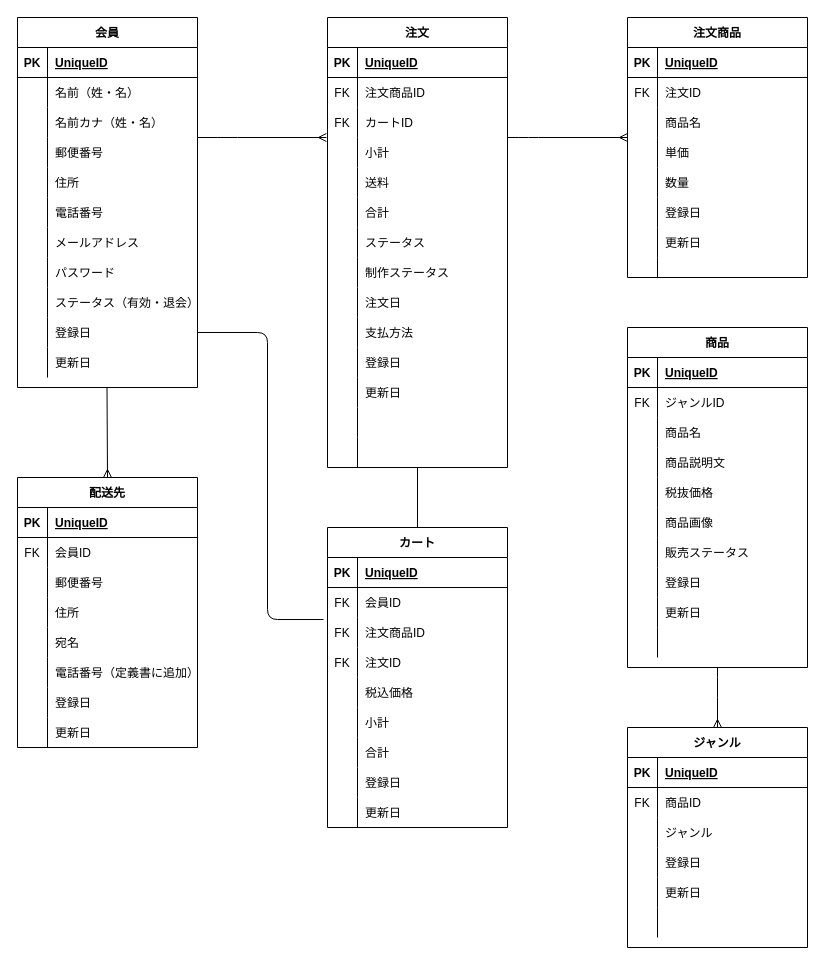
Above: Untitled Diagram.drawio in YuNakazawa1244/git-practice (draw.io), before the change. Source tidied: cells renumbered, new cells numbered last; positions are measured from the earlier drawing's top-left corner, leaving out a move shared by most shapes. Both pictures are drawn from the tidied source at 100%, with x=0, y=0 at pixel (17, 17).
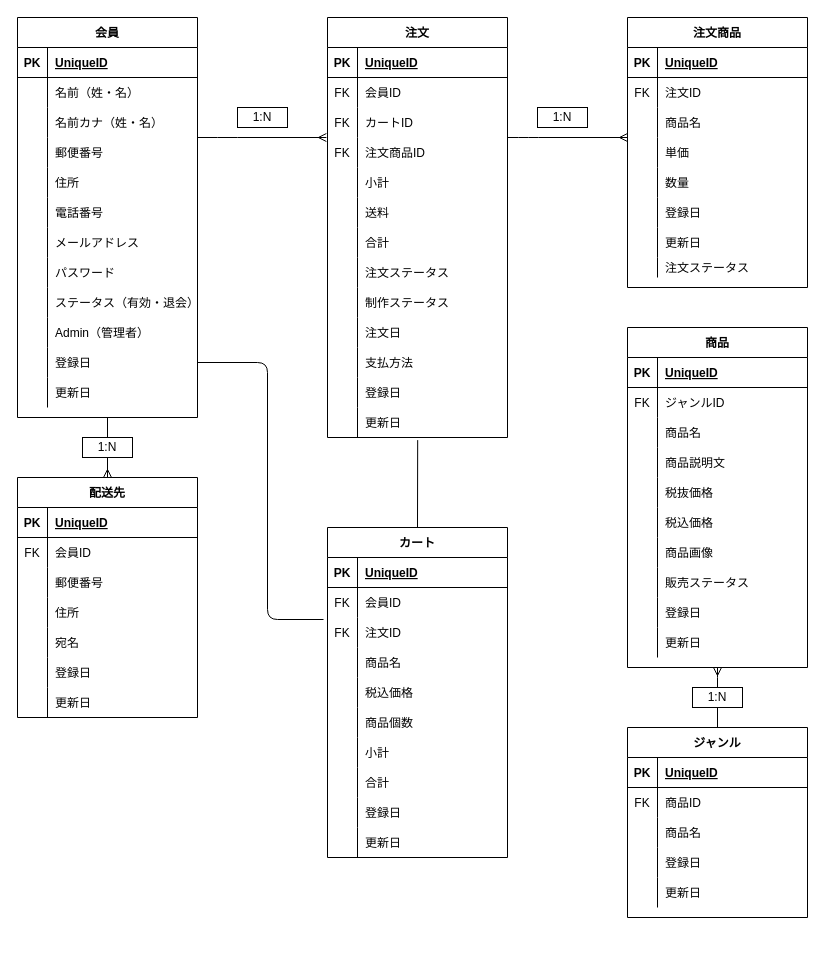
After the change.

Commit message:
Untitled Diagram.drawio を更新します

The change refers to these unchanged cells:
```xml
<mxCell id="43" style="shape=partialRectangle;fillColor=none;top=0;left=0;bottom=0;right=0;" parent="36" vertex="1">
  <mxGeometry y="90" width="180" height="30" as="geometry" />
</mxCell>
<mxCell id="59" style="shape=partialRectangle;fillColor=none;top=0;left=0;bottom=0;right=0;" parent="55" vertex="1">
  <mxGeometry y="60" width="180" height="30" as="geometry" />
</mxCell>
<mxCell id="98" value="商品" style="shape=table;startSize=30;childLayout=tableLayout;rowLines=0;fontStyle=1;align=center;" parent="1" vertex="1">
  <mxGeometry x="610" y="310" width="180" height="340" as="geometry" />
</mxCell>
<mxCell id="176" style="shape=partialRectangle;fillColor=none;top=0;left=0;bottom=0;right=0;" parent="154" vertex="1">
  <mxGeometry y="240" width="180" height="20" as="geometry" />
</mxCell>
```

The edit, as a diff of the source:
```diff
@@
     <mxCell id="2" value="会員" style="shape=table;startSize=30;childLayout=tableLayout;rowLines=0;fontStyle=1;align=center;" parent="1" vertex="1">
-      <mxGeometry width="180" height="370" as="geometry" />
+      <mxGeometry width="180" height="400" as="geometry" />
     </mxCell>
@@
+    <mxCell id="126" style="shape=partialRectangle;fillColor=none;top=0;left=0;bottom=0;right=0;" parent="2" vertex="1">
+      <mxGeometry y="300" width="180" height="30" as="geometry" />
+    </mxCell>
+    <mxCell id="213" style="shape=partialRectangle;fillColor=none;top=0;left=0;bottom=0;right=0;overflow=hidden;" parent="126" vertex="1">
+      <mxGeometry width="30" height="30" as="geometry" />
+    </mxCell>
+    <mxCell id="214" value="Admin（管理者）" style="shape=partialRectangle;fillColor=none;top=0;left=0;bottom=0;right=0;align=left;spacingLeft=6;overflow=hidden;" parent="126" vertex="1">
+      <mxGeometry x="30" width="150" height="30" as="geometry" />
+    </mxCell>
     <mxCell id="30" style="shape=partialRectangle;fillColor=none;top=0;left=0;bottom=0;right=0;points=[[0,0.5],[1,0.5]];portConstraint=eastwest;" parent="2" vertex="1">
-      <mxGeometry y="300" width="180" height="30" as="geometry" />
+      <mxGeometry y="330" width="180" height="30" as="geometry" />
     </mxCell>
@@
     <mxCell id="33" style="shape=partialRectangle;fillColor=none;top=0;left=0;bottom=0;right=0;" parent="2" vertex="1">
-      <mxGeometry y="330" width="180" height="30" as="geometry" />
+      <mxGeometry y="360" width="180" height="30" as="geometry" />
     </mxCell>
@@
     <mxCell id="36" value="ジャンル" style="shape=table;startSize=30;childLayout=tableLayout;rowLines=0;fontStyle=1;align=center;" parent="1" vertex="1">
-      <mxGeometry x="610" y="710" width="180" height="220" as="geometry" />
+      <mxGeometry x="610" y="710" width="180" height="190" as="geometry" />
     </mxCell>
@@
-    <mxCell id="45" value="ジャンル" style="shape=partialRectangle;fillColor=none;top=0;left=0;bottom=0;right=0;align=left;spacingLeft=6;overflow=hidden;" parent="43" vertex="1">
+    <mxCell id="45" value="商品名" style="shape=partialRectangle;fillColor=none;top=0;left=0;bottom=0;right=0;align=left;spacingLeft=6;overflow=hidden;" parent="43" vertex="1">
       <mxGeometry x="30" width="150" height="30" as="geometry" />
     </mxCell>
@@
-    <mxCell id="52" style="shape=partialRectangle;fillColor=none;top=0;left=0;bottom=0;right=0;" parent="36" vertex="1">
-      <mxGeometry y="180" width="180" height="30" as="geometry" />
-    </mxCell>
-    <mxCell id="53" style="shape=partialRectangle;fillColor=none;top=0;left=0;bottom=0;right=0;overflow=hidden;" parent="52" vertex="1">
-      <mxGeometry width="30" height="30" as="geometry" />
-    </mxCell>
-    <mxCell id="54" style="shape=partialRectangle;fillColor=none;top=0;left=0;bottom=0;right=0;align=left;spacingLeft=6;overflow=hidden;" parent="52" vertex="1">
-      <mxGeometry x="30" width="150" height="30" as="geometry" />
-    </mxCell>
     <mxCell id="55" value="注文" style="shape=table;startSize=30;childLayout=tableLayout;rowLines=0;fontStyle=1;align=center;" parent="1" vertex="1">
-      <mxGeometry x="310" width="180" height="450" as="geometry" />
+      <mxGeometry x="310" width="180" height="420" as="geometry" />
     </mxCell>
@@
-    <mxCell id="61" value="注文商品ID" style="shape=partialRectangle;fillColor=none;top=0;left=0;bottom=0;right=0;align=left;spacingLeft=6;fontStyle=0;overflow=hidden;" parent="59" vertex="1">
+    <mxCell id="61" value="会員ID" style="shape=partialRectangle;fillColor=none;top=0;left=0;bottom=0;right=0;align=left;spacingLeft=6;fontStyle=0;overflow=hidden;" parent="59" vertex="1">
       <mxGeometry x="30" width="150" height="30" as="geometry" />
     </mxCell>
@@
+    <mxCell id="215" style="shape=partialRectangle;fillColor=none;top=0;left=0;bottom=0;right=0;" parent="55" vertex="1">
+      <mxGeometry y="120" width="180" height="30" as="geometry" />
+    </mxCell>
+    <mxCell id="187" value="FK" style="shape=partialRectangle;fillColor=none;top=0;left=0;bottom=0;right=0;fontStyle=0;overflow=hidden;" parent="215" vertex="1">
+      <mxGeometry width="30" height="30" as="geometry" />
+    </mxCell>
+    <mxCell id="188" value="注文商品ID" style="shape=partialRectangle;fillColor=none;top=0;left=0;bottom=0;right=0;align=left;spacingLeft=6;fontStyle=0;overflow=hidden;" parent="215" vertex="1">
+      <mxGeometry x="30" width="150" height="30" as="geometry" />
+    </mxCell>
     <mxCell id="65" style="shape=partialRectangle;fillColor=none;top=0;left=0;bottom=0;right=0;" parent="55" vertex="1">
-      <mxGeometry y="120" width="180" height="30" as="geometry" />
+      <mxGeometry y="150" width="180" height="30" as="geometry" />
     </mxCell>
@@
     <mxCell id="68" style="shape=partialRectangle;fillColor=none;top=0;left=0;bottom=0;right=0;" parent="55" vertex="1">
-      <mxGeometry y="150" width="180" height="30" as="geometry" />
+      <mxGeometry y="180" width="180" height="30" as="geometry" />
     </mxCell>
@@
     <mxCell id="71" style="shape=partialRectangle;fillColor=none;top=0;left=0;bottom=0;right=0;" parent="55" vertex="1">
-      <mxGeometry y="180" width="180" height="30" as="geometry" />
+      <mxGeometry y="210" width="180" height="30" as="geometry" />
     </mxCell>
@@
     <mxCell id="74" style="shape=partialRectangle;fillColor=none;top=0;left=0;bottom=0;right=0;" parent="55" vertex="1">
-      <mxGeometry y="210" width="180" height="30" as="geometry" />
+      <mxGeometry y="240" width="180" height="30" as="geometry" />
     </mxCell>
@@
-    <mxCell id="76" value="ステータス" style="shape=partialRectangle;fillColor=none;top=0;left=0;bottom=0;right=0;align=left;spacingLeft=6;overflow=hidden;" parent="74" vertex="1">
+    <mxCell id="76" value="注文ステータス" style="shape=partialRectangle;fillColor=none;top=0;left=0;bottom=0;right=0;align=left;spacingLeft=6;overflow=hidden;" parent="74" vertex="1">
       <mxGeometry x="30" width="150" height="30" as="geometry" />
     </mxCell>
     <mxCell id="77" style="shape=partialRectangle;fillColor=none;top=0;left=0;bottom=0;right=0;" parent="55" vertex="1">
-      <mxGeometry y="240" width="180" height="30" as="geometry" />
+      <mxGeometry y="270" width="180" height="30" as="geometry" />
     </mxCell>
@@
     <mxCell id="80" style="shape=partialRectangle;fillColor=none;top=0;left=0;bottom=0;right=0;" parent="55" vertex="1">
-      <mxGeometry y="270" width="180" height="30" as="geometry" />
+      <mxGeometry y="300" width="180" height="30" as="geometry" />
     </mxCell>
@@
     <mxCell id="83" style="shape=partialRectangle;fillColor=none;top=0;left=0;bottom=0;right=0;" parent="55" vertex="1">
-      <mxGeometry y="300" width="180" height="30" as="geometry" />
+      <mxGeometry y="330" width="180" height="30" as="geometry" />
     </mxCell>
@@
     <mxCell id="86" style="shape=partialRectangle;fillColor=none;top=0;left=0;bottom=0;right=0;" parent="55" vertex="1">
-      <mxGeometry y="330" width="180" height="30" as="geometry" />
+      <mxGeometry y="360" width="180" height="30" as="geometry" />
     </mxCell>
@@
     <mxCell id="89" style="shape=partialRectangle;fillColor=none;top=0;left=0;bottom=0;right=0;points=[[0,0.5],[1,0.5]];portConstraint=eastwest;" parent="55" vertex="1">
-      <mxGeometry y="360" width="180" height="30" as="geometry" />
+      <mxGeometry y="390" width="180" height="30" as="geometry" />
     </mxCell>
@@
-    <mxCell id="92" style="shape=partialRectangle;fillColor=none;top=0;left=0;bottom=0;right=0;" parent="55" vertex="1">
-      <mxGeometry y="390" width="180" height="30" as="geometry" />
-    </mxCell>
-    <mxCell id="93" style="shape=partialRectangle;fillColor=none;top=0;left=0;bottom=0;right=0;overflow=hidden;" parent="92" vertex="1">
-      <mxGeometry width="30" height="30" as="geometry" />
-    </mxCell>
-    <mxCell id="94" style="shape=partialRectangle;fillColor=none;top=0;left=0;bottom=0;right=0;align=left;spacingLeft=6;overflow=hidden;" parent="92" vertex="1">
-      <mxGeometry x="30" width="150" height="30" as="geometry" />
-    </mxCell>
-    <mxCell id="95" style="shape=partialRectangle;fillColor=none;top=0;left=0;bottom=0;right=0;" parent="55" vertex="1">
-      <mxGeometry y="420" width="180" height="30" as="geometry" />
-    </mxCell>
-    <mxCell id="96" style="shape=partialRectangle;fillColor=none;top=0;left=0;bottom=0;right=0;fontStyle=0;overflow=hidden;" parent="95" vertex="1">
-      <mxGeometry width="30" height="30" as="geometry" />
-    </mxCell>
-    <mxCell id="97" style="shape=partialRectangle;fillColor=none;top=0;left=0;bottom=0;right=0;align=left;spacingLeft=6;fontStyle=0;overflow=hidden;" parent="95" vertex="1">
-      <mxGeometry x="30" width="150" height="30" as="geometry" />
-    </mxCell>
@@
+    <mxCell id="216" style="shape=partialRectangle;fillColor=none;top=0;left=0;bottom=0;right=0;" parent="98" vertex="1">
+      <mxGeometry y="180" width="180" height="30" as="geometry" />
+    </mxCell>
+    <mxCell id="217" style="shape=partialRectangle;fillColor=none;top=0;left=0;bottom=0;right=0;overflow=hidden;" parent="216" vertex="1">
+      <mxGeometry width="30" height="30" as="geometry" />
+    </mxCell>
+    <mxCell id="218" value="税込価格" style="shape=partialRectangle;fillColor=none;top=0;left=0;bottom=0;right=0;align=left;spacingLeft=6;overflow=hidden;" parent="216" vertex="1">
+      <mxGeometry x="30" width="150" height="30" as="geometry" />
+    </mxCell>
     <mxCell id="114" style="shape=partialRectangle;fillColor=none;top=0;left=0;bottom=0;right=0;" parent="98" vertex="1">
-      <mxGeometry y="180" width="180" height="30" as="geometry" />
+      <mxGeometry y="210" width="180" height="30" as="geometry" />
     </mxCell>
@@
     <mxCell id="117" style="shape=partialRectangle;fillColor=none;top=0;left=0;bottom=0;right=0;" parent="98" vertex="1">
-      <mxGeometry y="210" width="180" height="30" as="geometry" />
+      <mxGeometry y="240" width="180" height="30" as="geometry" />
     </mxCell>
@@
     <mxCell id="120" style="shape=partialRectangle;fillColor=none;top=0;left=0;bottom=0;right=0;" parent="98" vertex="1">
-      <mxGeometry y="240" width="180" height="30" as="geometry" />
+      <mxGeometry y="270" width="180" height="30" as="geometry" />
     </mxCell>
@@
     <mxCell id="123" style="shape=partialRectangle;fillColor=none;top=0;left=0;bottom=0;right=0;" parent="98" vertex="1">
-      <mxGeometry y="270" width="180" height="30" as="geometry" />
+      <mxGeometry y="300" width="180" height="30" as="geometry" />
     </mxCell>
@@
-    <mxCell id="126" style="shape=partialRectangle;fillColor=none;top=0;left=0;bottom=0;right=0;" parent="98" vertex="1">
-      <mxGeometry y="300" width="180" height="30" as="geometry" />
-    </mxCell>
-    <mxCell id="127" style="shape=partialRectangle;fillColor=none;top=0;left=0;bottom=0;right=0;fontStyle=0;overflow=hidden;" parent="126" vertex="1">
-      <mxGeometry width="30" height="30" as="geometry" />
-    </mxCell>
-    <mxCell id="128" style="shape=partialRectangle;fillColor=none;top=0;left=0;bottom=0;right=0;align=left;spacingLeft=6;fontStyle=0;overflow=hidden;" parent="126" vertex="1">
-      <mxGeometry x="30" width="150" height="30" as="geometry" />
-    </mxCell>
     <mxCell id="129" value="配送先" style="shape=table;startSize=30;childLayout=tableLayout;rowLines=0;fontStyle=1;align=center;" parent="1" vertex="1">
-      <mxGeometry y="460" width="180" height="270" as="geometry" />
+      <mxGeometry y="460" width="180" height="240" as="geometry" />
     </mxCell>
@@
-    <mxCell id="145" style="shape=partialRectangle;fillColor=none;top=0;left=0;bottom=0;right=0;" parent="129" vertex="1">
-      <mxGeometry y="180" width="180" height="30" as="geometry" />
-    </mxCell>
-    <mxCell id="146" style="shape=partialRectangle;fillColor=none;top=0;left=0;bottom=0;right=0;overflow=hidden;" parent="145" vertex="1">
-      <mxGeometry width="30" height="30" as="geometry" />
-    </mxCell>
-    <mxCell id="147" value="電話番号（定義書に追加）" style="shape=partialRectangle;fillColor=none;top=0;left=0;bottom=0;right=0;align=left;spacingLeft=6;overflow=hidden;" parent="145" vertex="1">
-      <mxGeometry x="30" width="150" height="30" as="geometry" />
-    </mxCell>
     <mxCell id="148" style="shape=partialRectangle;fillColor=none;top=0;left=0;bottom=0;right=0;" parent="129" vertex="1">
-      <mxGeometry y="210" width="180" height="30" as="geometry" />
+      <mxGeometry y="180" width="180" height="30" as="geometry" />
     </mxCell>
@@
     <mxCell id="151" style="shape=partialRectangle;fillColor=none;top=0;left=0;bottom=0;right=0;" parent="129" vertex="1">
-      <mxGeometry y="240" width="180" height="30" as="geometry" />
+      <mxGeometry y="210" width="180" height="30" as="geometry" />
     </mxCell>
@@
     <mxCell id="154" value="注文商品" style="shape=table;startSize=30;childLayout=tableLayout;rowLines=0;fontStyle=1;align=center;" parent="1" vertex="1">
-      <mxGeometry x="610" width="180" height="260" as="geometry" />
+      <mxGeometry x="610" width="180" height="270" as="geometry" />
     </mxCell>
@@
-    <mxCell id="178" style="shape=partialRectangle;fillColor=none;top=0;left=0;bottom=0;right=0;align=left;spacingLeft=6;overflow=hidden;" parent="176" vertex="1">
+    <mxCell id="178" value="注文ステータス" style="shape=partialRectangle;fillColor=none;top=0;left=0;bottom=0;right=0;align=left;spacingLeft=6;overflow=hidden;" parent="176" vertex="1">
       <mxGeometry x="30" width="150" height="20" as="geometry" />
     </mxCell>
     <mxCell id="179" value="カート" style="shape=table;startSize=30;childLayout=tableLayout;rowLines=0;fontStyle=1;align=center;" parent="1" vertex="1">
-      <mxGeometry x="310" y="510" width="180" height="300" as="geometry" />
+      <mxGeometry x="310" y="510" width="180" height="330" as="geometry" />
     </mxCell>
@@
-    <mxCell id="186" style="shape=partialRectangle;fillColor=none;top=0;left=0;bottom=0;right=0;points=[[0,0.5],[1,0.5]];portConstraint=eastwest;" parent="179" vertex="1">
-      <mxGeometry y="90" width="180" height="30" as="geometry" />
-    </mxCell>
-    <mxCell id="187" value="FK" style="shape=partialRectangle;fillColor=none;top=0;left=0;bottom=0;right=0;fontStyle=0;overflow=hidden;" parent="186" vertex="1">
-      <mxGeometry width="30" height="30" as="geometry" />
-    </mxCell>
-    <mxCell id="188" value="注文商品ID" style="shape=partialRectangle;fillColor=none;top=0;left=0;bottom=0;right=0;align=left;spacingLeft=6;fontStyle=0;overflow=hidden;" parent="186" vertex="1">
-      <mxGeometry x="30" width="150" height="30" as="geometry" />
-    </mxCell>
     <mxCell id="189" style="shape=partialRectangle;fillColor=none;top=0;left=0;bottom=0;right=0;" parent="179" vertex="1">
-      <mxGeometry y="120" width="180" height="30" as="geometry" />
+      <mxGeometry y="90" width="180" height="30" as="geometry" />
     </mxCell>
@@
+    <mxCell id="219" style="shape=partialRectangle;fillColor=none;top=0;left=0;bottom=0;right=0;" parent="179" vertex="1">
+      <mxGeometry y="120" width="180" height="30" as="geometry" />
+    </mxCell>
+    <mxCell id="220" style="shape=partialRectangle;fillColor=none;top=0;left=0;bottom=0;right=0;overflow=hidden;" parent="219" vertex="1">
+      <mxGeometry width="30" height="30" as="geometry" />
+    </mxCell>
+    <mxCell id="221" value="商品名" style="shape=partialRectangle;fillColor=none;top=0;left=0;bottom=0;right=0;align=left;spacingLeft=6;overflow=hidden;" parent="219" vertex="1">
+      <mxGeometry x="30" width="150" height="30" as="geometry" />
+    </mxCell>
@@
+    <mxCell id="222" style="shape=partialRectangle;fillColor=none;top=0;left=0;bottom=0;right=0;" parent="179" vertex="1">
+      <mxGeometry y="180" width="180" height="30" as="geometry" />
+    </mxCell>
+    <mxCell id="223" style="shape=partialRectangle;fillColor=none;top=0;left=0;bottom=0;right=0;overflow=hidden;" parent="222" vertex="1">
+      <mxGeometry width="30" height="30" as="geometry" />
+    </mxCell>
+    <mxCell id="224" value="商品個数" style="shape=partialRectangle;fillColor=none;top=0;left=0;bottom=0;right=0;align=left;spacingLeft=6;overflow=hidden;" parent="222" vertex="1">
+      <mxGeometry x="30" width="150" height="30" as="geometry" />
+    </mxCell>
     <mxCell id="195" style="shape=partialRectangle;fillColor=none;top=0;left=0;bottom=0;right=0;" parent="179" vertex="1">
-      <mxGeometry y="180" width="180" height="30" as="geometry" />
+      <mxGeometry y="210" width="180" height="30" as="geometry" />
     </mxCell>
@@
     <mxCell id="198" style="shape=partialRectangle;fillColor=none;top=0;left=0;bottom=0;right=0;" parent="179" vertex="1">
-      <mxGeometry y="210" width="180" height="30" as="geometry" />
+      <mxGeometry y="240" width="180" height="30" as="geometry" />
     </mxCell>
@@
     <mxCell id="201" style="shape=partialRectangle;fillColor=none;top=0;left=0;bottom=0;right=0;" parent="179" vertex="1">
-      <mxGeometry y="240" width="180" height="30" as="geometry" />
+      <mxGeometry y="270" width="180" height="30" as="geometry" />
     </mxCell>
@@
     <mxCell id="204" style="shape=partialRectangle;fillColor=none;top=0;left=0;bottom=0;right=0;" parent="179" vertex="1">
-      <mxGeometry y="270" width="180" height="30" as="geometry" />
+      <mxGeometry y="300" width="180" height="30" as="geometry" />
     </mxCell>
@@
-    <mxCell id="209" style="endArrow=ERmany;html=1;endFill=0;entryX=0.5;entryY=0;entryDx=0;entryDy=0;" parent="1" edge="1" target="36">
+    <mxCell id="209" style="endArrow=none;html=1;endFill=0;entryX=0.5;entryY=0;entryDx=0;entryDy=0;exitX=0.5;exitY=1;exitDx=0;exitDy=0;startArrow=ERmany;startFill=0;" parent="1" edge="1" source="98" target="36">
       <mxGeometry relative="1" as="geometry">
-        <mxPoint x="700" y="650" as="sourcePoint" />
         <Array as="points">
           <mxPoint x="700" y="670" />
         </Array>
       </mxGeometry>
     </mxCell>
-    <mxCell id="210" style="endArrow=none;html=1;exitX=0.5;exitY=0;exitDx=0;exitDy=0;" parent="1" edge="1" source="179">
-      <mxGeometry relative="1" as="geometry">
-        <mxPoint x="400" y="450" as="targetPoint" />
-      </mxGeometry>
+    <mxCell id="210" style="endArrow=none;html=1;exitX=0.5;exitY=0;exitDx=0;exitDy=0;entryX=0.501;entryY=1.087;entryDx=0;entryDy=0;entryPerimeter=0;" parent="1" edge="1" source="179" target="89">
+      <mxGeometry relative="1" as="geometry" />
     </mxCell>
-    <mxCell id="211" style="endArrow=none;html=1;exitX=0.5;exitY=0;exitDx=0;exitDy=0;entryX=0.5;entryY=1.033;entryDx=0;entryDy=0;entryPerimeter=0;startArrow=ERmany;startFill=0;" parent="1" edge="1" source="129">
-      <mxGeometry relative="1" as="geometry">
-        <mxPoint x="89.5" y="370" as="targetPoint" />
-      </mxGeometry>
+    <mxCell id="211" style="endArrow=none;html=1;exitX=0.5;exitY=0;exitDx=0;exitDy=0;startArrow=ERmany;startFill=0;entryX=0.5;entryY=1;entryDx=0;entryDy=0;" parent="1" edge="1" source="129" target="2">
+      <mxGeometry relative="1" as="geometry" />
     </mxCell>
-    <mxCell id="212" style="endArrow=none;html=1;exitX=1;exitY=0.5;exitDx=0;exitDy=0;entryX=-0.022;entryY=0.067;entryDx=0;entryDy=0;entryPerimeter=0;" parent="1" edge="1" source="30" target="186">
+    <mxCell id="212" style="endArrow=none;html=1;exitX=1;exitY=0.5;exitDx=0;exitDy=0;entryX=-0.022;entryY=0.067;entryDx=0;entryDy=0;entryPerimeter=0;" parent="1" edge="1" source="30">
       <mxGeometry relative="1" as="geometry">
+        <mxPoint x="306" y="602" as="targetPoint" />
         <Array as="points">
-          <mxPoint x="250" y="315" />
+          <mxPoint x="250" y="345" />
           <mxPoint x="250" y="602" />
         </Array>
       </mxGeometry>
     </mxCell>
+    <mxCell id="225" value="1:N" style="rounded=0;whiteSpace=wrap;html=1;" parent="1" vertex="1">
+      <mxGeometry x="220" y="90" width="50" height="20" as="geometry" />
+    </mxCell>
+    <mxCell id="226" value="1:N" style="rounded=0;whiteSpace=wrap;html=1;" parent="1" vertex="1">
+      <mxGeometry x="520" y="90" width="50" height="20" as="geometry" />
+    </mxCell>
+    <mxCell id="227" value="1:N" style="rounded=0;whiteSpace=wrap;html=1;" parent="1" vertex="1">
+      <mxGeometry x="65" y="420" width="50" height="20" as="geometry" />
+    </mxCell>
+    <mxCell id="228" value="1:N" style="rounded=0;whiteSpace=wrap;html=1;" parent="1" vertex="1">
+      <mxGeometry x="675" y="670" width="50" height="20" as="geometry" />
+    </mxCell>
```
